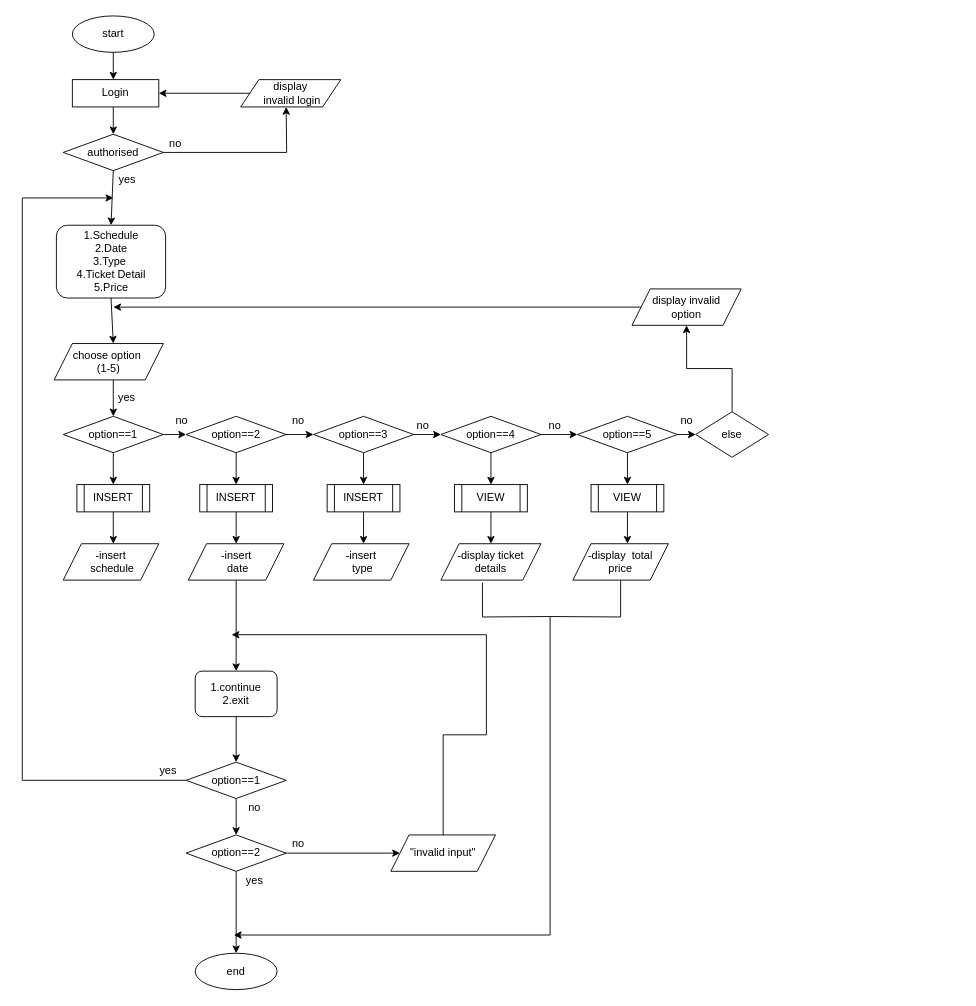
The draw.io diagram page "Page-6" (5 of 7) of Exercise1ClassDiagram.drawio in abby18abby/week-2-class-diagram, before the edit. Source tidied: cells renumbered, new cells numbered last; positions are measured from the earlier drawing's top-left corner, leaving out a move shared by most shapes. Both pictures are drawn from the tidied source at 91%, with x=0, y=0 at pixel (22, 15).
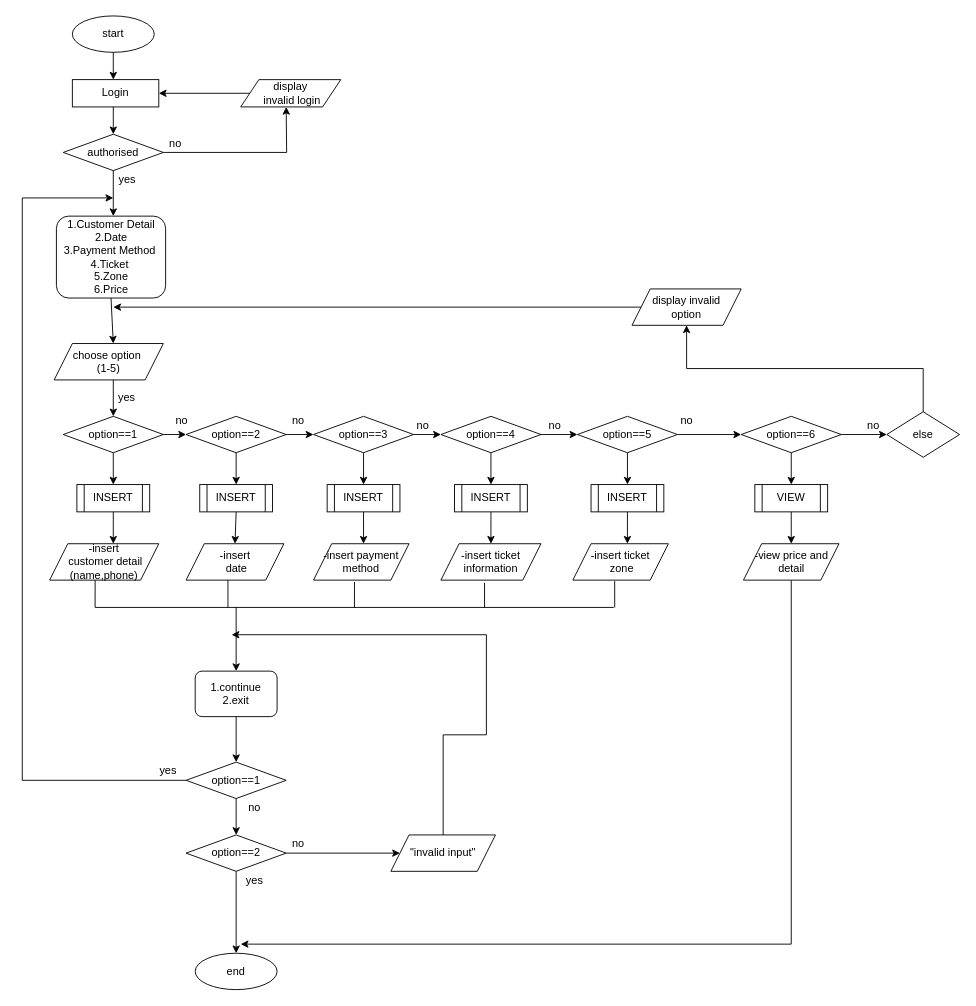
After the change.

The change refers to these unchanged cells:
```xml
<mxCell id="4" value="authorised" style="rhombus;whiteSpace=wrap;html=1;" parent="1" vertex="1">
  <mxGeometry x="45" y="130" width="110" height="40" as="geometry" />
</mxCell>
<mxCell id="11" value="option==5" style="rhombus;whiteSpace=wrap;html=1;" parent="1" vertex="1">
  <mxGeometry x="610" y="440" width="110" height="40" as="geometry" />
</mxCell>
<mxCell id="44" value="1.continue&lt;br&gt;2.exit" style="rounded=1;whiteSpace=wrap;html=1;" parent="1" vertex="1">
  <mxGeometry x="190" y="720" width="90" height="50" as="geometry" />
</mxCell>
```

Diff of the diagram source:
```diff
@@
-    <mxCell id="5" value="1.Schedule&lt;br&gt;2.Date&lt;br&gt;3.Type&amp;nbsp;&lt;br&gt;4.Ticket Detail&lt;br&gt;5.Price" style="rounded=1;whiteSpace=wrap;html=1;" parent="1" vertex="1">
-      <mxGeometry x="37.5" y="230" width="120" height="80" as="geometry" />
+    <mxCell id="5" value="1.Customer Detail&lt;br&gt;2.Date&lt;br&gt;3.Payment Method&amp;nbsp;&lt;br&gt;4.Ticket&amp;nbsp;&lt;br&gt;5.Zone&lt;br&gt;6.Price" style="rounded=1;whiteSpace=wrap;html=1;" parent="1" vertex="1">
+      <mxGeometry x="37.5" y="220" width="120" height="90" as="geometry" />
     </mxCell>
@@
     <mxCell id="12" value="else" style="rhombus;whiteSpace=wrap;html=1;" parent="1" vertex="1">
-      <mxGeometry x="740" y="435" width="80" height="50" as="geometry" />
+      <mxGeometry x="950" y="435" width="80" height="50" as="geometry" />
     </mxCell>
@@
-    <mxCell id="17" value="VIEW" style="shape=process;whiteSpace=wrap;html=1;backgroundOutline=1;" parent="1" vertex="1">
+    <mxCell id="17" value="INSERT" style="shape=process;whiteSpace=wrap;html=1;backgroundOutline=1;" parent="1" vertex="1">
       <mxGeometry x="475" y="515" width="80" height="30" as="geometry" />
     </mxCell>
-    <mxCell id="18" value="VIEW" style="shape=process;whiteSpace=wrap;html=1;backgroundOutline=1;" parent="1" vertex="1">
+    <mxCell id="18" value="INSERT" style="shape=process;whiteSpace=wrap;html=1;backgroundOutline=1;" parent="1" vertex="1">
       <mxGeometry x="625" y="515" width="80" height="30" as="geometry" />
     </mxCell>
@@
-    <mxCell id="21" style="endArrow=classic;html=1;rounded=0;exitX=0.5;exitY=1;exitDx=0;exitDy=0;entryX=0.5;entryY=0;entryDx=0;entryDy=0;" parent="1" edge="1" source="4" target="5">
-      <mxGeometry relative="1" as="geometry" />
+    <mxCell id="21" style="endArrow=classic;html=1;rounded=0;exitX=0.5;exitY=1;exitDx=0;exitDy=0;" parent="1" edge="1" source="4">
+      <mxGeometry relative="1" as="geometry">
+        <mxPoint x="100" y="220" as="targetPoint" />
+      </mxGeometry>
     </mxCell>
@@
-    <mxCell id="28" style="endArrow=classic;html=1;rounded=0;exitX=1;exitY=0.5;exitDx=0;exitDy=0;entryX=0;entryY=0.5;entryDx=0;entryDy=0;" parent="1" edge="1" source="11" target="12">
-      <mxGeometry relative="1" as="geometry" />
+    <mxCell id="28" style="endArrow=classic;html=1;rounded=0;entryX=0;entryY=0.5;entryDx=0;entryDy=0;" parent="1" edge="1" target="12">
+      <mxGeometry relative="1" as="geometry">
+        <mxPoint x="900" y="460" as="sourcePoint" />
+      </mxGeometry>
     </mxCell>
@@
-    <mxCell id="34" value="-insert&lt;br&gt;&amp;nbsp;schedule" style="shape=parallelogram;perimeter=parallelogramPerimeter;whiteSpace=wrap;html=1;fixedSize=1;" parent="1" vertex="1">
-      <mxGeometry x="45" y="580" width="105" height="40" as="geometry" />
+    <mxCell id="34" value="-insert&lt;br&gt;&amp;nbsp;customer&amp;nbsp;detail&lt;br&gt;(name,phone)" style="shape=parallelogram;perimeter=parallelogramPerimeter;whiteSpace=wrap;html=1;fixedSize=1;" parent="1" vertex="1">
+      <mxGeometry x="30" y="580" width="120" height="40" as="geometry" />
     </mxCell>
     <mxCell id="35" value="-insert&lt;br&gt;&amp;nbsp;date" style="shape=parallelogram;perimeter=parallelogramPerimeter;whiteSpace=wrap;html=1;fixedSize=1;" parent="1" vertex="1">
-      <mxGeometry x="182.5" y="580" width="105" height="40" as="geometry" />
+      <mxGeometry x="180" y="580" width="107.5" height="40" as="geometry" />
     </mxCell>
-    <mxCell id="36" value="-insert&lt;br&gt;&amp;nbsp;type" style="shape=parallelogram;perimeter=parallelogramPerimeter;whiteSpace=wrap;html=1;fixedSize=1;" parent="1" vertex="1">
+    <mxCell id="36" value="-insert payment&lt;br&gt;method" style="shape=parallelogram;perimeter=parallelogramPerimeter;whiteSpace=wrap;html=1;fixedSize=1;" parent="1" vertex="1">
       <mxGeometry x="320" y="580" width="105" height="40" as="geometry" />
     </mxCell>
-    <mxCell id="37" value="-display ticket &lt;br&gt;details" style="shape=parallelogram;perimeter=parallelogramPerimeter;whiteSpace=wrap;html=1;fixedSize=1;" parent="1" vertex="1">
+    <mxCell id="37" value="-insert ticket&lt;br&gt;information" style="shape=parallelogram;perimeter=parallelogramPerimeter;whiteSpace=wrap;html=1;fixedSize=1;" parent="1" vertex="1">
       <mxGeometry x="460" y="580" width="110" height="40" as="geometry" />
     </mxCell>
-    <mxCell id="38" value="-display&amp;nbsp; total&lt;br&gt;price" style="shape=parallelogram;perimeter=parallelogramPerimeter;whiteSpace=wrap;html=1;fixedSize=1;" parent="1" vertex="1">
+    <mxCell id="38" value="-insert ticket&lt;br&gt;&amp;nbsp;zone" style="shape=parallelogram;perimeter=parallelogramPerimeter;whiteSpace=wrap;html=1;fixedSize=1;" parent="1" vertex="1">
       <mxGeometry x="605" y="580" width="105" height="40" as="geometry" />
     </mxCell>
@@
-    <mxCell id="46" style="endArrow=classic;html=1;rounded=0;exitX=0.5;exitY=1;exitDx=0;exitDy=0;entryX=0.5;entryY=0;entryDx=0;entryDy=0;" parent="1" edge="1" source="35" target="44">
-      <mxGeometry relative="1" as="geometry" />
+    <mxCell id="46" style="endArrow=classic;html=1;rounded=0;entryX=0.5;entryY=0;entryDx=0;entryDy=0;" parent="1" edge="1" target="44">
+      <mxGeometry relative="1" as="geometry">
+        <mxPoint x="235" y="650" as="sourcePoint" />
+      </mxGeometry>
     </mxCell>
@@
-    <mxCell id="73" style="endArrow=none;html=1;rounded=0;entryX=0.415;entryY=1.067;entryDx=0;entryDy=0;entryPerimeter=0;edgeStyle=orthogonalEdgeStyle;" parent="1" edge="1" target="37">
-      <mxGeometry relative="1" as="geometry">
-        <mxPoint x="580" y="660" as="sourcePoint" />
-      </mxGeometry>
-    </mxCell>
-    <mxCell id="74" style="endArrow=none;html=1;rounded=0;entryX=0.5;entryY=1;entryDx=0;entryDy=0;edgeStyle=orthogonalEdgeStyle;" parent="1" edge="1" target="38">
-      <mxGeometry relative="1" as="geometry">
-        <mxPoint x="580" y="660" as="sourcePoint" />
-      </mxGeometry>
-    </mxCell>
-    <mxCell id="75" style="endArrow=classic;html=1;rounded=0;" parent="1" edge="1">
+    <mxCell id="75" style="endArrow=classic;html=1;rounded=0;edgeStyle=orthogonalEdgeStyle;exitX=0.5;exitY=1;exitDx=0;exitDy=0;" parent="1" edge="1" source="79">
       <mxGeometry relative="1" as="geometry">
-        <mxPoint x="580" y="660" as="sourcePoint" />
-        <mxPoint x="232.5" y="1010" as="targetPoint" />
+        <mxPoint x="240" y="1020" as="targetPoint" />
         <Array as="points">
-          <mxPoint x="580" y="1010" />
+          <mxPoint x="845" y="1020" />
         </Array>
       </mxGeometry>
     </mxCell>
+    <mxCell id="76" value="option==6" style="rhombus;whiteSpace=wrap;html=1;" parent="1" vertex="1">
+      <mxGeometry x="790" y="440" width="110" height="40" as="geometry" />
+    </mxCell>
+    <mxCell id="77" style="endArrow=classic;html=1;rounded=0;exitX=1;exitY=0.5;exitDx=0;exitDy=0;entryX=0;entryY=0.5;entryDx=0;entryDy=0;" parent="1" edge="1" source="11" target="76">
+      <mxGeometry relative="1" as="geometry" />
+    </mxCell>
+    <mxCell id="78" value="VIEW" style="shape=process;whiteSpace=wrap;html=1;backgroundOutline=1;" parent="1" vertex="1">
+      <mxGeometry x="805" y="515" width="80" height="30" as="geometry" />
+    </mxCell>
+    <mxCell id="79" value="-view price and detail" style="shape=parallelogram;perimeter=parallelogramPerimeter;whiteSpace=wrap;html=1;fixedSize=1;" parent="1" vertex="1">
+      <mxGeometry x="792.5" y="580" width="105" height="40" as="geometry" />
+    </mxCell>
+    <mxCell id="80" style="endArrow=classic;html=1;rounded=0;exitX=0.5;exitY=1;exitDx=0;exitDy=0;entryX=0.5;entryY=0;entryDx=0;entryDy=0;" parent="1" edge="1" source="76" target="78">
+      <mxGeometry relative="1" as="geometry" />
+    </mxCell>
+    <mxCell id="81" style="endArrow=classic;html=1;rounded=0;exitX=0.5;exitY=1;exitDx=0;exitDy=0;entryX=0.5;entryY=0;entryDx=0;entryDy=0;" parent="1" edge="1" source="78" target="79">
+      <mxGeometry relative="1" as="geometry" />
+    </mxCell>
+    <mxCell id="82" style="endArrow=none;html=1;rounded=0;" parent="1" edge="1">
+      <mxGeometry relative="1" as="geometry">
+        <mxPoint x="650" y="650" as="sourcePoint" />
+        <mxPoint x="80" y="650" as="targetPoint" />
+      </mxGeometry>
+    </mxCell>
+    <mxCell id="83" style="endArrow=none;html=1;rounded=0;entryX=0.417;entryY=1;entryDx=0;entryDy=0;entryPerimeter=0;" parent="1" edge="1" target="34">
+      <mxGeometry relative="1" as="geometry">
+        <mxPoint x="80" y="650" as="sourcePoint" />
+      </mxGeometry>
+    </mxCell>
+    <mxCell id="84" style="endArrow=none;html=1;rounded=0;" parent="1" edge="1">
+      <mxGeometry relative="1" as="geometry">
+        <mxPoint x="226" y="650" as="sourcePoint" />
+        <mxPoint x="226" y="620" as="targetPoint" />
+      </mxGeometry>
+    </mxCell>
+    <mxCell id="85" style="endArrow=none;html=1;rounded=0;entryX=0.429;entryY=1.05;entryDx=0;entryDy=0;entryPerimeter=0;" parent="1" edge="1" target="36">
+      <mxGeometry relative="1" as="geometry">
+        <mxPoint x="365" y="650" as="sourcePoint" />
+      </mxGeometry>
+    </mxCell>
+    <mxCell id="86" style="endArrow=none;html=1;rounded=0;entryX=0.436;entryY=1.075;entryDx=0;entryDy=0;entryPerimeter=0;" parent="1" edge="1" target="37">
+      <mxGeometry relative="1" as="geometry">
+        <mxPoint x="508" y="650" as="sourcePoint" />
+      </mxGeometry>
+    </mxCell>
+    <mxCell id="87" style="endArrow=none;html=1;rounded=0;entryX=0.438;entryY=1.025;entryDx=0;entryDy=0;entryPerimeter=0;" parent="1" edge="1" target="38">
+      <mxGeometry relative="1" as="geometry">
+        <mxPoint x="651" y="650" as="sourcePoint" />
+      </mxGeometry>
+    </mxCell>
+    <mxCell id="88" value="no" style="text;html=1;align=center;verticalAlign=middle;strokeColor=none;fillColor=none;" parent="1" vertex="1">
+      <mxGeometry x="920" y="440" width="30" height="20" as="geometry" />
+    </mxCell>
```
